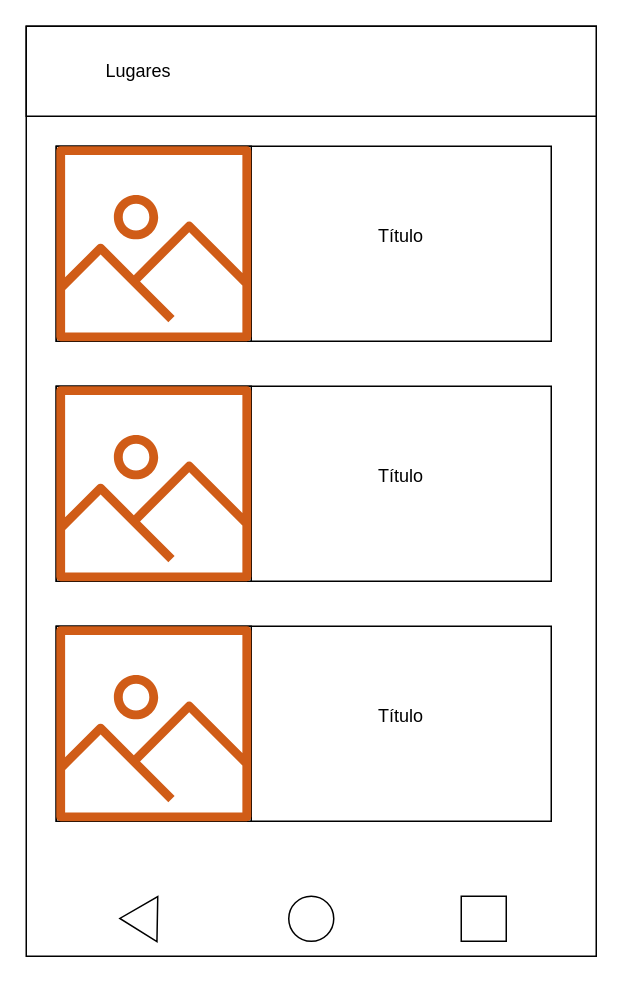
Fer97p/ARGuide keeps this draw.io diagram as Untitled Diagram.drawio. Above is the earlier version. Source tidied: cells renumbered, new cells numbered last; positions are measured from the earlier drawing's top-left corner, leaving out a move shared by most shapes. Both pictures are drawn from the tidied source at 150%, with x=0, y=0 at pixel (26, 26).
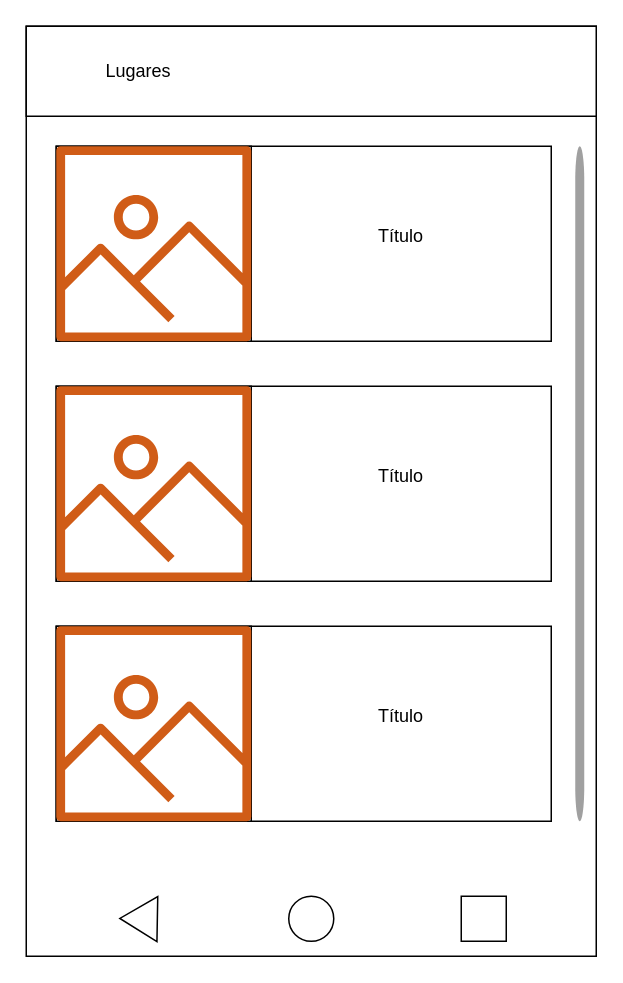
After the change.

Change to the diagram source:
```diff
@@
+    <mxCell id="20" style="html=1;verticalLabelPosition=bottom;labelBackgroundColor=#ffffff;verticalAlign=top;shadow=0;dashed=0;strokeWidth=2;shape=mxgraph.ios7.misc.scroll_(vertical);fillColor=#a0a0a0;" parent="1" vertex="1">
+      <mxGeometry x="366" y="80" width="6" height="450" as="geometry" />
+    </mxCell>
```
